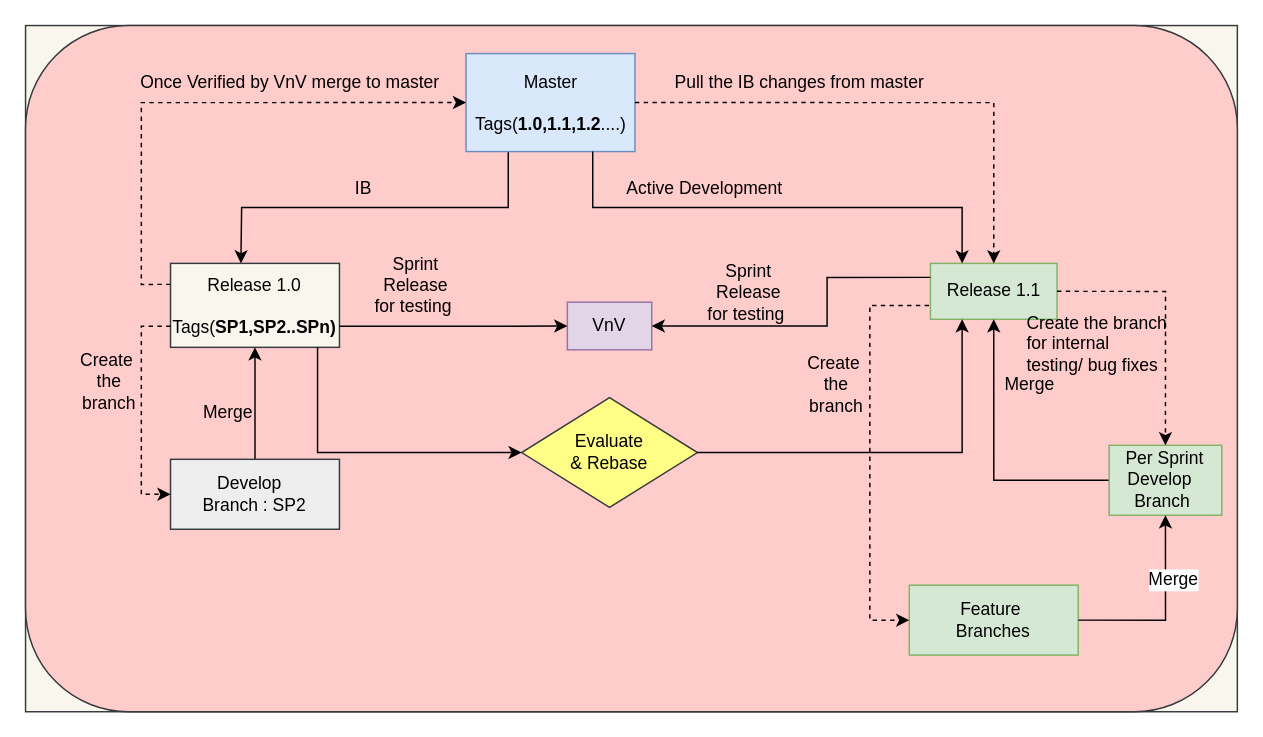
Before: page "Page-4" (4 of 4) of Untitled Diagram.drawio in jkumar0021/kubernetes_configuration, a draw.io diagram. Source tidied: cells renumbered, new cells numbered last; positions are measured from the earlier drawing's top-left corner, leaving out a move shared by most shapes. Both pictures are drawn from the tidied source at 146%, with x=0, y=0 at pixel (25, 25).
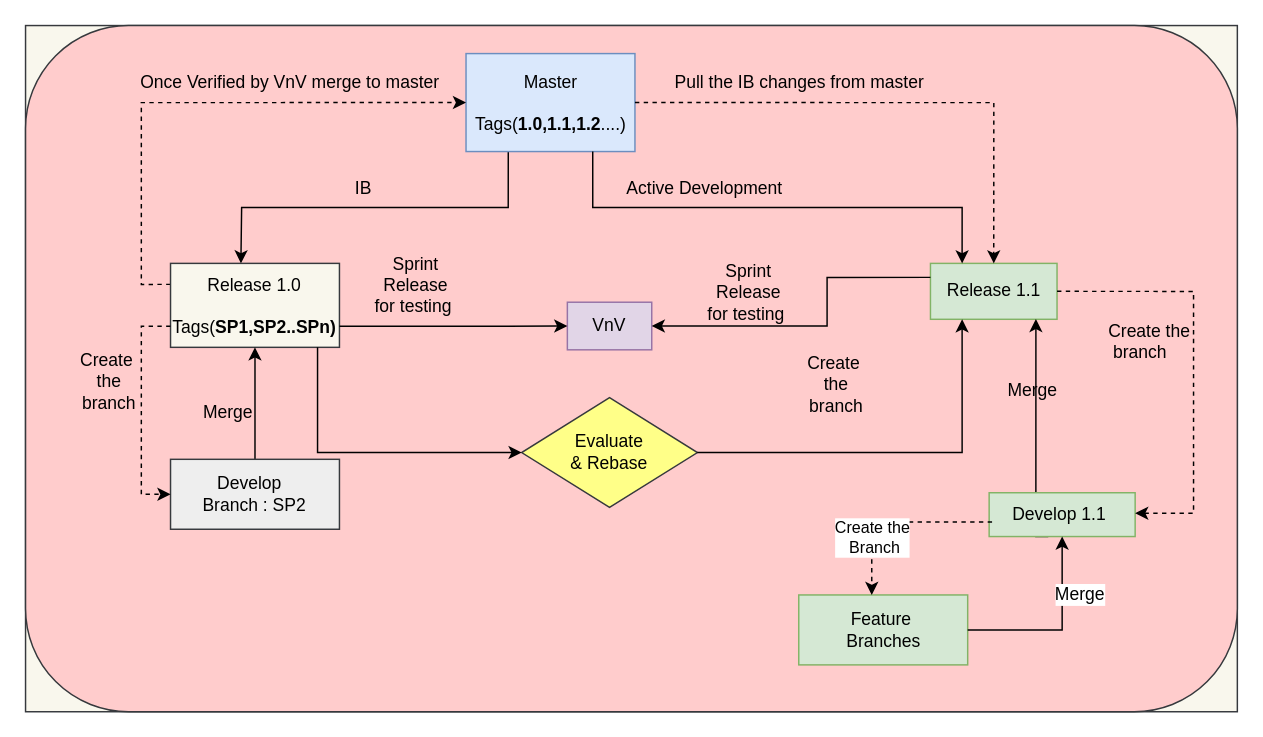
After the change.

The change refers to these unchanged cells:
```xml
<mxCell id="2" style="group;fillColor=#f9f7ed;strokeColor=#36393d;" parent="1" vertex="1">
  <mxGeometry width="830" height="470" as="geometry" />
</mxCell>
<mxCell id="6" value="Release 1.1" style="rounded=0;whiteSpace=wrap;html=1;fillColor=#d5e8d4;strokeColor=#82b366;" parent="2" vertex="1">
  <mxGeometry x="619.8" y="162.9" width="86.7" height="38.3" as="geometry" />
</mxCell>
<mxCell id="26" style="edgeStyle=orthogonalEdgeStyle;rounded=0;jettySize=auto;html=1;exitX=1;exitY=0.5;exitDx=0;exitDy=0;entryX=0.5;entryY=1;entryDx=0;entryDy=0;" parent="2" edge="1" source="20" target="24">
  <mxGeometry relative="1" as="geometry" />
</mxCell>
```

Diff of the diagram source:
```diff
@@
     <mxCell id="20" value="Feature&amp;nbsp;&lt;br&gt;Branches&lt;br&gt;" style="rounded=0;whiteSpace=wrap;html=1;fillColor=#d5e8d4;strokeColor=#82b366;" parent="2" vertex="1">
-      <mxGeometry x="605.3" y="383.3" width="115.7" height="47.9" as="geometry" />
+      <mxGeometry x="529.6" y="390" width="115.7" height="47.9" as="geometry" />
     </mxCell>
-    <mxCell id="21" style="edgeStyle=orthogonalEdgeStyle;rounded=0;jettySize=auto;html=1;dashed=1;entryX=0;entryY=0.5;entryDx=0;entryDy=0;" parent="2" edge="1" target="20">
-      <mxGeometry relative="1" as="geometry">
-        <mxPoint x="618.8" y="191.7" as="sourcePoint" />
-        <Array as="points">
-          <mxPoint x="618.8" y="191.7" />
-          <mxPoint x="578.3" y="191.7" />
-          <mxPoint x="578.3" y="407.3" />
-        </Array>
-      </mxGeometry>
-    </mxCell>
@@
-    <mxCell id="23" style="edgeStyle=orthogonalEdgeStyle;rounded=0;jettySize=auto;html=1;exitX=0;exitY=0.5;exitDx=0;exitDy=0;entryX=0.5;entryY=1;entryDx=0;entryDy=0;" parent="2" edge="1" source="24" target="6">
-      <mxGeometry relative="1" as="geometry" />
+    <mxCell id="23" style="edgeStyle=orthogonalEdgeStyle;rounded=0;jettySize=auto;html=1;exitX=0.4;exitY=0.067;exitDx=0;exitDy=0;exitPerimeter=0;entryX=0.833;entryY=0.993;entryDx=0;entryDy=0;entryPerimeter=0;" parent="2" edge="1" source="24" target="6">
+      <mxGeometry relative="1" as="geometry">
+        <Array as="points">
+          <mxPoint x="700" y="350" />
+          <mxPoint x="692" y="350" />
+        </Array>
+      </mxGeometry>
     </mxCell>
-    <mxCell id="24" value="Per Sprint Develop&amp;nbsp;&amp;nbsp;&lt;br&gt;Branch&amp;nbsp;" style="rounded=0;whiteSpace=wrap;html=1;fillColor=#d5e8d4;strokeColor=#82b366;" parent="2" vertex="1">
-      <mxGeometry x="742.2" y="287.5" width="77.1" height="47.9" as="geometry" />
+    <mxCell id="24" value="Develop 1.1&amp;nbsp;&lt;br&gt;" style="rounded=0;whiteSpace=wrap;html=1;fillColor=#d5e8d4;strokeColor=#82b366;" parent="2" vertex="1">
+      <mxGeometry x="660" y="320" width="100" height="30" as="geometry" />
     </mxCell>
-    <mxCell id="25" style="edgeStyle=orthogonalEdgeStyle;rounded=0;jettySize=auto;html=1;exitX=1;exitY=0.5;exitDx=0;exitDy=0;entryX=0.5;entryY=0;entryDx=0;entryDy=0;dashed=1;" parent="2" edge="1" source="6" target="24">
-      <mxGeometry relative="1" as="geometry" />
+    <mxCell id="25" style="edgeStyle=orthogonalEdgeStyle;rounded=0;jettySize=auto;html=1;exitX=1;exitY=0.5;exitDx=0;exitDy=0;dashed=1;" parent="2" edge="1" source="6">
+      <mxGeometry relative="1" as="geometry">
+        <mxPoint x="760" y="334" as="targetPoint" />
+        <Array as="points">
+          <mxPoint x="800" y="182" />
+          <mxPoint x="800" y="334" />
+        </Array>
+      </mxGeometry>
     </mxCell>
@@
     <mxCell id="27" value="Merge" style="text;html=1;align=center;verticalAlign=middle;labelBackgroundColor=#ffffff;" parent="26" vertex="1">
       <mxGeometry x="-0.09" y="28" relative="1" as="geometry">
-        <mxPoint x="33" y="-28" as="offset" />
+        <mxPoint x="17" y="4" as="offset" />
       </mxGeometry>
     </mxCell>
-    <mxCell id="28" value="&lt;span&gt;Create&amp;nbsp;&lt;/span&gt;&lt;span&gt;the&amp;nbsp;&lt;/span&gt;&lt;span&gt;branch &lt;br&gt;for internal &lt;br&gt;testing/ bug fixes&lt;/span&gt;" style="text;html=1;align=left;verticalAlign=top;spacingTop=-4;" parent="2" vertex="1">
-      <mxGeometry x="684.3" y="193.6" width="110" height="40" as="geometry" />
+    <mxCell id="28" value="&lt;span&gt;Create&amp;nbsp;&lt;/span&gt;&lt;span&gt;the&lt;br&gt;&amp;nbsp;&lt;/span&gt;&lt;span&gt;branch&lt;br&gt;&lt;/span&gt;" style="text;html=1;align=left;verticalAlign=top;spacingTop=-4;" parent="2" vertex="1">
+      <mxGeometry x="740" y="200.4" width="80" height="40" as="geometry" />
     </mxCell>
     <mxCell id="29" value="Merge" style="text;html=1;align=left;verticalAlign=top;spacingTop=-4;" parent="2" vertex="1">
-      <mxGeometry x="668.9" y="235.8" width="50" height="20" as="geometry" />
+      <mxGeometry x="671" y="240.4" width="50" height="20" as="geometry" />
     </mxCell>
@@
+    <mxCell id="21" style="edgeStyle=orthogonalEdgeStyle;rounded=0;orthogonalLoop=1;jettySize=auto;html=1;dashed=1;" parent="2" edge="1">
+      <mxGeometry relative="1" as="geometry">
+        <mxPoint x="662" y="340" as="sourcePoint" />
+        <mxPoint x="579.6" y="390" as="targetPoint" />
+        <Array as="points">
+          <mxPoint x="662" y="340" />
+          <mxPoint x="580" y="340" />
+        </Array>
+      </mxGeometry>
+    </mxCell>
+    <mxCell id="38" value="Create the&lt;br&gt;&amp;nbsp;Branch&lt;br&gt;" style="edgeLabel;html=1;align=center;verticalAlign=middle;" parent="21" vertex="1">
+      <mxGeometry x="0.4" relative="1" as="geometry" />
+    </mxCell>
```
